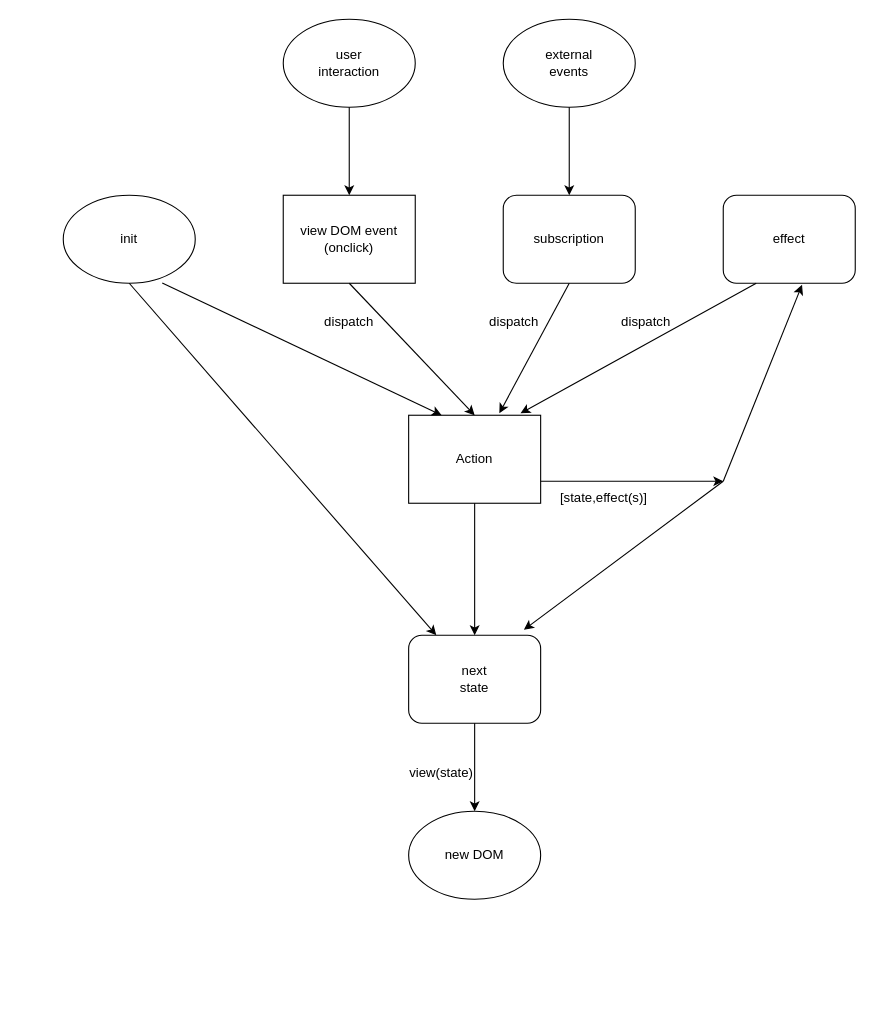
Above: docs/architecture/Untitled Diagram.drawio in kofifus/hyperapp (draw.io), before the change. Source tidied: cells renumbered, new cells numbered last; positions are measured from the earlier drawing's top-left corner, leaving out a move shared by most shapes. Both pictures are drawn from the tidied source at 110%, with x=0, y=0 at pixel (63, 19).
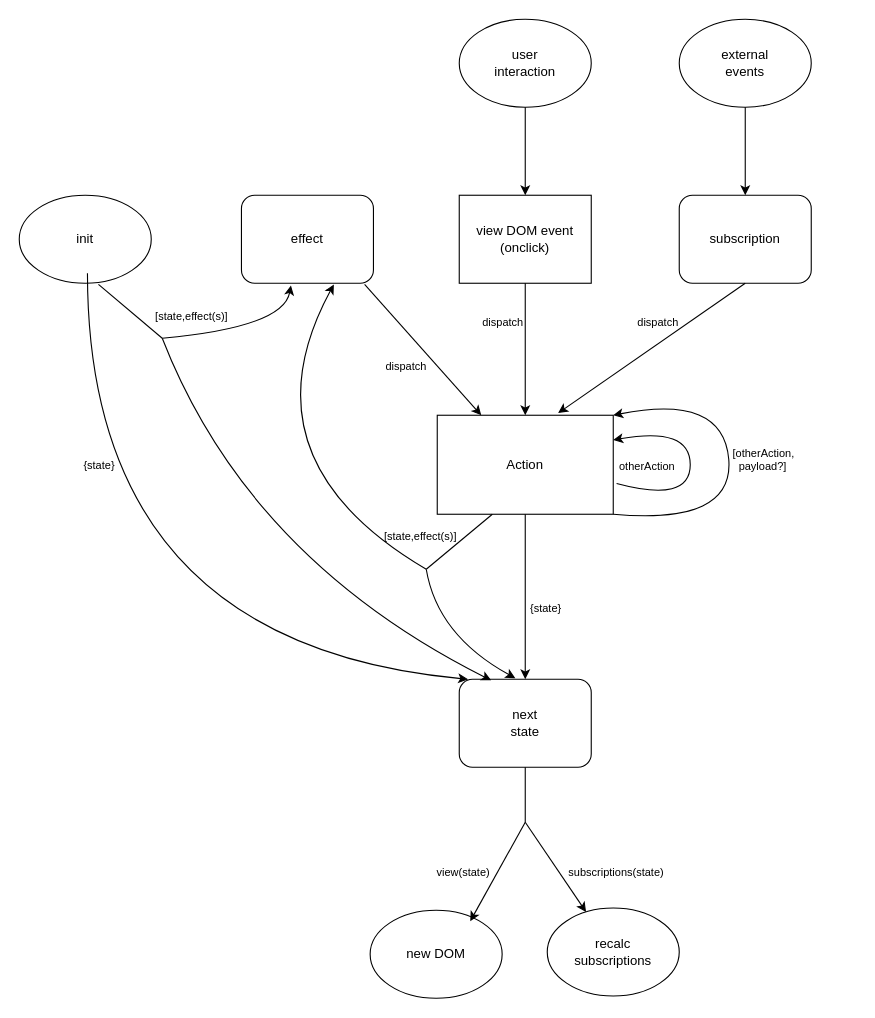
After the change.

Diff of the diagram source:
```diff
@@
     <mxCell id="2" value="init" style="ellipse;whiteSpace=wrap;html=1;" parent="1" vertex="1">
-      <mxGeometry y="160" width="120" height="80" as="geometry" />
+      <mxGeometry x="-40" y="160" width="120" height="80" as="geometry" />
     </mxCell>
     <mxCell id="3" value="view DOM event&lt;br&gt;(onclick)" style="whiteSpace=wrap;html=1;" parent="1" vertex="1">
-      <mxGeometry x="200" y="160" width="120" height="80" as="geometry" />
+      <mxGeometry x="360" y="160" width="120" height="80" as="geometry" />
     </mxCell>
     <mxCell id="4" value="subscription" style="rounded=1;whiteSpace=wrap;html=1;" parent="1" vertex="1">
-      <mxGeometry x="400" y="160" width="120" height="80" as="geometry" />
+      <mxGeometry x="560" y="160" width="120" height="80" as="geometry" />
     </mxCell>
     <mxCell id="5" value="external&lt;br&gt;events" style="ellipse;whiteSpace=wrap;html=1;" parent="1" vertex="1">
-      <mxGeometry x="400" width="120" height="80" as="geometry" />
+      <mxGeometry x="560" width="120" height="80" as="geometry" />
     </mxCell>
     <mxCell id="6" value="Action" style="rounded=0;whiteSpace=wrap;html=1;" parent="1" vertex="1">
-      <mxGeometry x="314" y="360" width="120" height="80" as="geometry" />
+      <mxGeometry x="340" y="360" width="160" height="90" as="geometry" />
     </mxCell>
     <mxCell id="7" value="effect" style="rounded=1;whiteSpace=wrap;html=1;" parent="1" vertex="1">
-      <mxGeometry x="600" y="160" width="120" height="80" as="geometry" />
+      <mxGeometry x="162" y="160" width="120" height="80" as="geometry" />
     </mxCell>
     <mxCell id="8" value="next&lt;br&gt;state" style="rounded=1;whiteSpace=wrap;html=1;" parent="1" vertex="1">
-      <mxGeometry x="314" y="560" width="120" height="80" as="geometry" />
+      <mxGeometry x="360" y="600" width="120" height="80" as="geometry" />
     </mxCell>
@@
-    <mxCell id="12" style="endArrow=classic;html=1;rounded=0;exitX=0.75;exitY=0.997;exitDx=0;exitDy=0;exitPerimeter=0;entryX=0.25;entryY=0;entryDx=0;entryDy=0;" parent="1" edge="1" source="2" target="6">
-      <mxGeometry relative="1" as="geometry" />
-    </mxCell>
-    <mxCell id="13" style="endArrow=classic;html=1;rounded=0;exitX=0.5;exitY=1;exitDx=0;exitDy=0;" parent="1" edge="1" source="2" target="8">
-      <mxGeometry relative="1" as="geometry" />
-    </mxCell>
@@
-    <mxCell id="15" value="dispatch&lt;br&gt;" style="text;html=1;strokeColor=none;fillColor=none;align=center;verticalAlign=middle;whiteSpace=wrap;rounded=0;" parent="1" vertex="1">
-      <mxGeometry x="500" y="260" width="60" height="30" as="geometry" />
+    <mxCell id="15" value="dispatch&lt;br style=&quot;font-size: 10px;&quot;&gt;" style="text;html=1;strokeColor=none;fillColor=none;align=center;verticalAlign=middle;whiteSpace=wrap;rounded=0;fontSize=10;" parent="1" vertex="1">
+      <mxGeometry x="511" y="260" width="60" height="30" as="geometry" />
     </mxCell>
-    <mxCell id="16" value="dispatch" style="text;html=1;strokeColor=none;fillColor=none;align=center;verticalAlign=middle;whiteSpace=wrap;rounded=0;" parent="1" vertex="1">
-      <mxGeometry x="380" y="260" width="60" height="30" as="geometry" />
+    <mxCell id="16" value="dispatch" style="text;html=1;strokeColor=none;fillColor=none;align=center;verticalAlign=middle;whiteSpace=wrap;rounded=0;fontSize=10;" parent="1" vertex="1">
+      <mxGeometry x="370" y="260" width="60" height="30" as="geometry" />
     </mxCell>
-    <mxCell id="17" value="[state,effect(s)]" style="text;html=1;strokeColor=none;fillColor=none;align=left;verticalAlign=middle;whiteSpace=wrap;rounded=0;" parent="1" vertex="1">
-      <mxGeometry x="450" y="420" width="60" height="30" as="geometry" />
+    <mxCell id="17" value="[state,effect(s)]" style="text;html=1;strokeColor=none;fillColor=none;align=left;verticalAlign=middle;whiteSpace=wrap;rounded=0;fontSize=10;" parent="1" vertex="1">
+      <mxGeometry x="82" y="255" width="60" height="30" as="geometry" />
     </mxCell>
-    <mxCell id="18" style="endArrow=classic;html=1;rounded=0;startArrow=none;" parent="1" edge="1" source="23">
-      <mxGeometry relative="1" as="geometry">
-        <mxPoint x="374" y="760" as="targetPoint" />
-      </mxGeometry>
-    </mxCell>
-    <mxCell id="19" style="endArrow=classic;html=1;rounded=0;exitX=1;exitY=0.75;exitDx=0;exitDy=0;" parent="1" edge="1" source="6">
-      <mxGeometry relative="1" as="geometry">
-        <mxPoint x="600" y="420" as="targetPoint" />
-      </mxGeometry>
-    </mxCell>
-    <mxCell id="20" style="endArrow=classic;html=1;rounded=0;exitX=0.25;exitY=1;exitDx=0;exitDy=0;entryX=0.847;entryY=-0.022;entryDx=0;entryDy=0;entryPerimeter=0;" parent="1" edge="1" source="7" target="6">
+    <mxCell id="20" style="endArrow=classic;html=1;rounded=0;exitX=0.933;exitY=1.013;exitDx=0;exitDy=0;entryX=0.25;entryY=0;entryDx=0;entryDy=0;exitPerimeter=0;" parent="1" edge="1" source="7" target="6">
       <mxGeometry relative="1" as="geometry" />
     </mxCell>
-    <mxCell id="21" style="endArrow=classic;html=1;rounded=0;entryX=0.597;entryY=1.018;entryDx=0;entryDy=0;entryPerimeter=0;" parent="1" edge="1" target="7">
-      <mxGeometry relative="1" as="geometry">
-        <mxPoint x="600" y="420" as="sourcePoint" />
-      </mxGeometry>
-    </mxCell>
-    <mxCell id="22" style="endArrow=classic;html=1;rounded=0;entryX=0.873;entryY=-0.062;entryDx=0;entryDy=0;entryPerimeter=0;" parent="1" edge="1" target="8">
-      <mxGeometry relative="1" as="geometry">
-        <mxPoint x="600" y="420" as="sourcePoint" />
-      </mxGeometry>
-    </mxCell>
     <mxCell id="23" value="new DOM" style="ellipse;whiteSpace=wrap;html=1;" parent="1" vertex="1">
-      <mxGeometry x="314" y="720" width="120" height="80" as="geometry" />
+      <mxGeometry x="279" y="810" width="120" height="80" as="geometry" />
     </mxCell>
-    <mxCell id="24" style="endArrow=classic;html=1;rounded=0;entryX=0.5;entryY=0;entryDx=0;entryDy=0;exitX=0.5;exitY=1;exitDx=0;exitDy=0;" parent="1" edge="1" source="8" target="23">
-      <mxGeometry relative="1" as="geometry" />
-    </mxCell>
     <mxCell id="25" value="user&lt;br&gt;interaction" style="ellipse;whiteSpace=wrap;html=1;" parent="1" vertex="1">
-      <mxGeometry x="200" width="120" height="80" as="geometry" />
+      <mxGeometry x="360" width="120" height="80" as="geometry" />
     </mxCell>
@@
+    <mxCell id="28" value="&lt;font style=&quot;font-size: 10px&quot;&gt;view(state)&lt;/font&gt;" style="text;html=1;strokeColor=none;fillColor=none;align=center;verticalAlign=middle;whiteSpace=wrap;rounded=0;" parent="1" vertex="1">
+      <mxGeometry x="334" y="760" width="60" height="30" as="geometry" />
+    </mxCell>
+    <mxCell id="29" value="{state}" style="text;html=1;strokeColor=none;fillColor=none;align=center;verticalAlign=middle;whiteSpace=wrap;rounded=0;fontSize=10;" parent="1" vertex="1">
+      <mxGeometry x="416" y="530" width="46" height="10" as="geometry" />
+    </mxCell>
+    <mxCell id="30" style="curved=1;endArrow=classic;html=1;rounded=0;entryX=1;entryY=0.25;entryDx=0;entryDy=0;exitX=1.019;exitY=0.689;exitDx=0;exitDy=0;exitPerimeter=0;" parent="1" edge="1" source="6" target="6">
+      <mxGeometry relative="1" as="geometry">
+        <Array as="points">
+          <mxPoint x="570" y="440" />
+          <mxPoint x="570" y="370" />
+        </Array>
+      </mxGeometry>
+    </mxCell>
+    <mxCell id="31" value="otherAction" style="text;html=1;strokeColor=none;fillColor=none;align=center;verticalAlign=middle;whiteSpace=wrap;rounded=0;fontSize=10;" parent="1" vertex="1">
+      <mxGeometry x="499" y="388" width="64" height="35" as="geometry" />
+    </mxCell>
+    <mxCell id="32" value="&lt;font style=&quot;font-size: 10px&quot;&gt;&lt;span class=&quot;pl-c1&quot; style=&quot;box-sizing: border-box&quot;&gt;&lt;span class=&quot;pl-c1&quot; style=&quot;box-sizing: border-box&quot;&gt;&lt;div style=&quot;text-align: left&quot;&gt;&lt;span class=&quot;pl-c1&quot; style=&quot;font-family: &amp;#34;helvetica&amp;#34; ; white-space: normal ; box-sizing: border-box&quot;&gt;[otherAction,&lt;br&gt;&amp;nbsp; payload&lt;/span&gt;&lt;span class=&quot;pl-k&quot; style=&quot;font-family: &amp;#34;helvetica&amp;#34; ; white-space: normal ; box-sizing: border-box&quot;&gt;?&lt;/span&gt;&lt;span class=&quot;pl-c1&quot; style=&quot;font-family: &amp;#34;helvetica&amp;#34; ; white-space: normal ; box-sizing: border-box&quot;&gt;&lt;span class=&quot;pl-c1&quot; style=&quot;box-sizing: border-box&quot;&gt;]&lt;/span&gt;&lt;/span&gt;&lt;/div&gt;&lt;/span&gt;&lt;/span&gt;&lt;/font&gt;&lt;font style=&quot;font-size: 10px&quot;&gt;&lt;br&gt;&lt;/font&gt;" style="text;html=1;strokeColor=none;fillColor=none;align=center;verticalAlign=middle;whiteSpace=wrap;rounded=0;fontSize=10;" parent="1" vertex="1">
+      <mxGeometry x="636" y="398" height="15" as="geometry" />
+    </mxCell>
-    <mxCell id="27" value="dispatch" style="text;html=1;strokeColor=none;fillColor=none;align=center;verticalAlign=middle;whiteSpace=wrap;rounded=0;" parent="1" vertex="1">
-      <mxGeometry x="230" y="260" width="60" height="30" as="geometry" />
+    <mxCell id="27" value="dispatch" style="text;html=1;strokeColor=none;fillColor=none;align=center;verticalAlign=middle;whiteSpace=wrap;rounded=0;fontSize=10;" parent="1" vertex="1">
+      <mxGeometry x="282" y="300" width="60" height="30" as="geometry" />
     </mxCell>
-    <mxCell id="28" value="view(state)" style="text;html=1;strokeColor=none;fillColor=none;align=center;verticalAlign=middle;whiteSpace=wrap;rounded=0;" parent="1" vertex="1">
-      <mxGeometry x="314" y="670" width="60" height="30" as="geometry" />
-    </mxCell>
+    <mxCell id="33" style="curved=1;endArrow=classic;html=1;rounded=0;entryX=0.7;entryY=1.013;entryDx=0;entryDy=0;entryPerimeter=0;" parent="1" edge="1" target="7">
+      <mxGeometry relative="1" as="geometry">
+        <mxPoint x="330" y="500" as="sourcePoint" />
+        <Array as="points">
+          <mxPoint x="160" y="400" />
+        </Array>
+      </mxGeometry>
+    </mxCell>
+    <mxCell id="34" value="[state,effect(s)]" style="text;html=1;strokeColor=none;fillColor=none;align=left;verticalAlign=middle;whiteSpace=wrap;rounded=0;fontSize=10;" parent="1" vertex="1">
+      <mxGeometry x="290" y="460" width="60" height="20" as="geometry" />
+    </mxCell>
+    <mxCell id="35" value="{state}" style="text;html=1;strokeColor=none;fillColor=none;align=center;verticalAlign=middle;whiteSpace=wrap;rounded=0;fontSize=10;" parent="1" vertex="1">
+      <mxGeometry x="10" y="390" width="46" height="30" as="geometry" />
+    </mxCell>
+    <mxCell id="36" style="curved=1;endArrow=classic;html=1;rounded=0;exitX=0.433;exitY=1.038;exitDx=0;exitDy=0;exitPerimeter=0;entryX=-0.017;entryY=0.15;entryDx=0;entryDy=0;entryPerimeter=0;" parent="1" edge="1">
+      <mxGeometry relative="1" as="geometry">
+        <mxPoint x="22" y="231" as="sourcePoint" />
+        <mxPoint x="368" y="600" as="targetPoint" />
+        <Array as="points">
+          <mxPoint x="22" y="568" />
+        </Array>
+      </mxGeometry>
+    </mxCell>
+    <mxCell id="37" style="curved=1;endArrow=classic;html=1;rounded=0;entryX=0.375;entryY=1.025;entryDx=0;entryDy=0;entryPerimeter=0;" parent="1" edge="1" target="7">
+      <mxGeometry relative="1" as="geometry">
+        <mxPoint x="90" y="290" as="sourcePoint" />
+        <Array as="points">
+          <mxPoint x="200" y="280" />
+        </Array>
+      </mxGeometry>
+    </mxCell>
+    <mxCell id="38" style="curved=1;endArrow=classic;html=1;rounded=0;entryX=0.175;entryY=0.013;entryDx=0;entryDy=0;entryPerimeter=0;" parent="1" edge="1">
+      <mxGeometry relative="1" as="geometry">
+        <mxPoint x="90" y="290" as="sourcePoint" />
+        <mxPoint x="389" y="601" as="targetPoint" />
+        <Array as="points">
+          <mxPoint x="168" y="490" />
+        </Array>
+      </mxGeometry>
+    </mxCell>
+    <mxCell id="39" style="curved=1;endArrow=classic;html=1;rounded=0;entryX=0.425;entryY=-0.012;entryDx=0;entryDy=0;entryPerimeter=0;" parent="1" edge="1" target="8">
+      <mxGeometry relative="1" as="geometry">
+        <mxPoint x="330" y="500" as="sourcePoint" />
+        <Array as="points">
+          <mxPoint x="340" y="560" />
+        </Array>
+      </mxGeometry>
+    </mxCell>
+    <mxCell id="40" style="endArrow=none;html=1;rounded=0;entryX=0.313;entryY=1;entryDx=0;entryDy=0;entryPerimeter=0;" parent="1" edge="1" target="6">
+      <mxGeometry relative="1" as="geometry">
+        <mxPoint x="330" y="500" as="sourcePoint" />
+      </mxGeometry>
+    </mxCell>
+    <mxCell id="41" style="endArrow=none;html=1;rounded=0;exitX=0.6;exitY=1.013;exitDx=0;exitDy=0;exitPerimeter=0;" parent="1" edge="1" source="2">
+      <mxGeometry relative="1" as="geometry">
+        <mxPoint x="90" y="290" as="targetPoint" />
+      </mxGeometry>
+    </mxCell>
+    <mxCell id="42" style="curved=1;endArrow=classic;html=1;rounded=0;entryX=1;entryY=0;entryDx=0;entryDy=0;exitX=1;exitY=1;exitDx=0;exitDy=0;" parent="1" edge="1" source="6" target="6">
+      <mxGeometry relative="1" as="geometry">
+        <Array as="points">
+          <mxPoint x="610" y="460" />
+          <mxPoint x="600" y="340" />
+        </Array>
+      </mxGeometry>
+    </mxCell>
+    <mxCell id="43" style="endArrow=none;html=1;rounded=0;exitX=0.5;exitY=1;exitDx=0;exitDy=0;" parent="1" edge="1" source="8">
+      <mxGeometry relative="1" as="geometry">
+        <mxPoint x="420" y="730" as="targetPoint" />
+      </mxGeometry>
+    </mxCell>
+    <mxCell id="44" value="recalc&lt;br&gt;subscriptions" style="ellipse;whiteSpace=wrap;html=1;" parent="1" vertex="1">
+      <mxGeometry x="440" y="808" width="120" height="80" as="geometry" />
+    </mxCell>
+    <mxCell id="45" style="endArrow=classic;html=1;rounded=0;" parent="1" edge="1">
+      <mxGeometry relative="1" as="geometry">
+        <mxPoint x="420" y="730" as="sourcePoint" />
+        <mxPoint x="370" y="820" as="targetPoint" />
+      </mxGeometry>
+    </mxCell>
+    <mxCell id="46" style="endArrow=classic;html=1;rounded=0;" parent="1" edge="1" target="44">
+      <mxGeometry relative="1" as="geometry">
+        <mxPoint x="420" y="730" as="sourcePoint" />
+      </mxGeometry>
+    </mxCell>
+    <mxCell id="47" value="&lt;font style=&quot;font-size: 10px&quot;&gt;subscriptions(state)&lt;/font&gt;" style="text;html=1;strokeColor=none;fillColor=none;align=center;verticalAlign=middle;whiteSpace=wrap;rounded=0;" parent="1" vertex="1">
+      <mxGeometry x="473" y="760" width="60" height="30" as="geometry" />
+    </mxCell>
```
